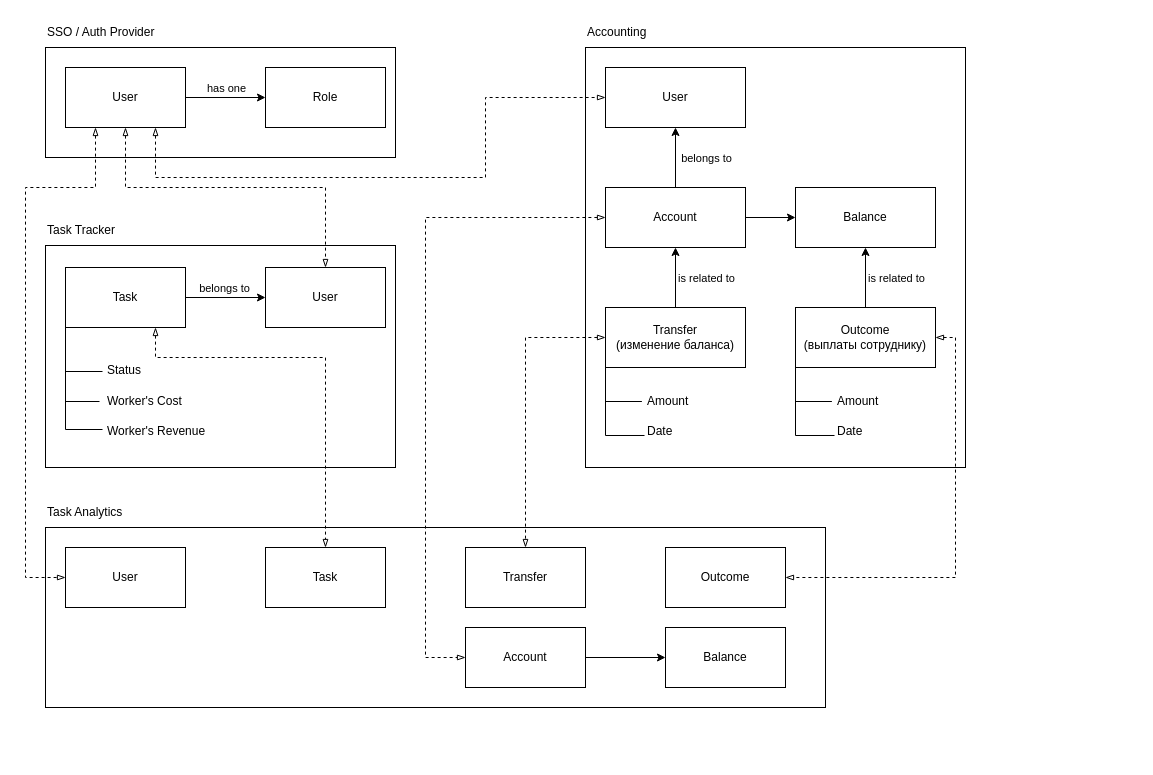
averkhoglyad/async-architecture-course keeps this draw.io diagram as docs/1 week/Data model.drawio. Above is the earlier version. Source tidied: cells renumbered, new cells numbered last; positions are measured from the earlier drawing's top-left corner, leaving out a move shared by most shapes. Both pictures are drawn from the tidied source at 100%, with x=0, y=0 at pixel (25, 17).
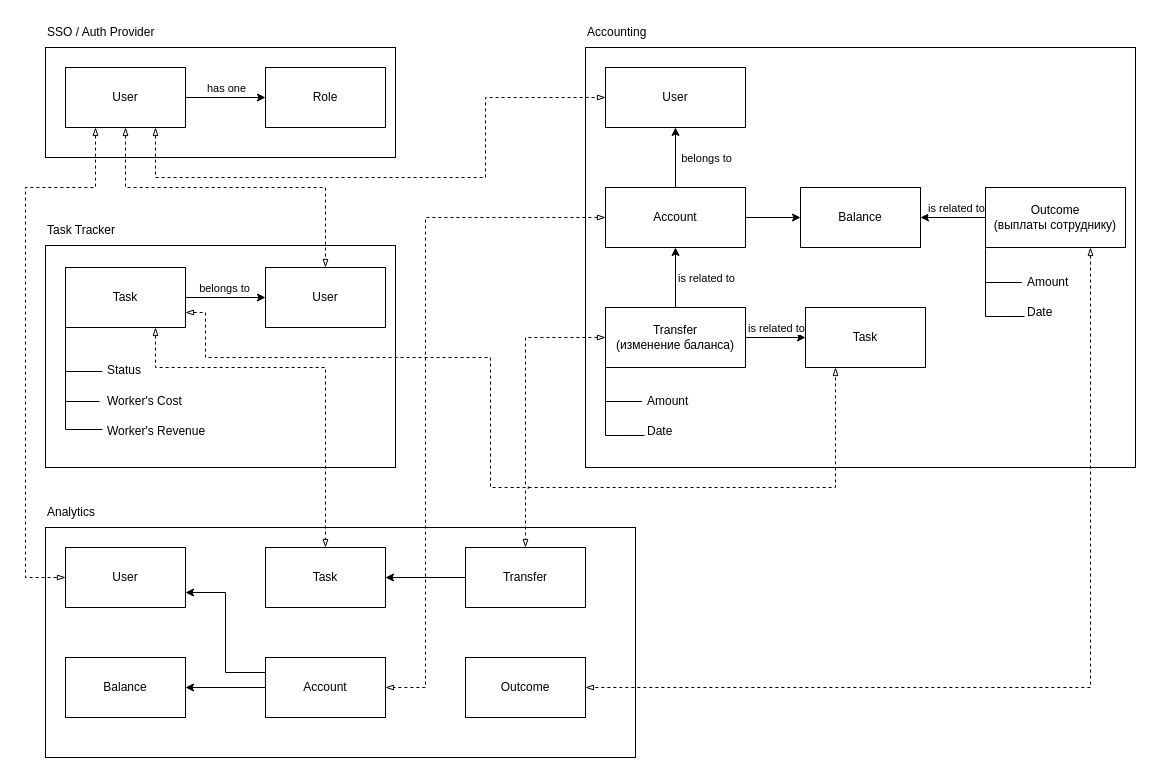
After the change.

The change refers to these unchanged cells:
```xml
<mxCell id="17" value="Task" style="rounded=0;whiteSpace=wrap;html=1;" parent="1" vertex="1">
  <mxGeometry x="40" y="250" width="120" height="60" as="geometry" />
</mxCell>
<mxCell id="28" value="Account" style="rounded=0;whiteSpace=wrap;html=1;" parent="1" vertex="1">
  <mxGeometry x="580" y="170" width="140" height="60" as="geometry" />
</mxCell>
<mxCell id="33" value="Transfer&lt;br&gt;(изменение баланса)" style="rounded=0;whiteSpace=wrap;html=1;" parent="1" vertex="1">
  <mxGeometry x="580" y="290" width="140" height="60" as="geometry" />
</mxCell>
<mxCell id="39" value="User" style="rounded=0;whiteSpace=wrap;html=1;" parent="1" vertex="1">
  <mxGeometry x="40" y="530" width="120" height="60" as="geometry" />
</mxCell>
<mxCell id="40" value="Transfer" style="rounded=0;whiteSpace=wrap;html=1;" parent="1" vertex="1">
  <mxGeometry x="440" y="530" width="120" height="60" as="geometry" />
</mxCell>
<mxCell id="41" value="Task" style="rounded=0;whiteSpace=wrap;html=1;" parent="1" vertex="1">
  <mxGeometry x="240" y="530" width="120" height="60" as="geometry" />
</mxCell>
```

Diff of the diagram source:
```diff
@@
     <mxCell id="2" style="rounded=0;whiteSpace=wrap;html=1;fillColor=none;" parent="1" vertex="1">
-      <mxGeometry x="20" y="510" width="780" height="180" as="geometry" />
+      <mxGeometry x="20" y="510" width="590" height="230" as="geometry" />
     </mxCell>
     <mxCell id="3" style="rounded=0;whiteSpace=wrap;html=1;fillColor=none;" parent="1" vertex="1">
-      <mxGeometry x="560" y="30" width="380" height="420" as="geometry" />
+      <mxGeometry x="560" y="30" width="550" height="420" as="geometry" />
     </mxCell>
@@
     <mxCell id="16" style="edgeStyle=orthogonalEdgeStyle;rounded=0;jettySize=auto;html=1;exitX=0.75;exitY=1;exitDx=0;exitDy=0;entryX=0.5;entryY=0;entryDx=0;entryDy=0;endArrow=blockThin;endFill=0;startArrow=blockThin;startFill=0;dashed=1;" parent="1" edge="1" source="17" target="41">
       <mxGeometry relative="1" as="geometry">
         <Array as="points">
-          <mxPoint x="130" y="340" />
-          <mxPoint x="300" y="340" />
+          <mxPoint x="130" y="350" />
+          <mxPoint x="300" y="350" />
         </Array>
       </mxGeometry>
     </mxCell>
+    <mxCell id="58" style="edgeStyle=orthogonalEdgeStyle;rounded=0;jettySize=auto;html=1;exitX=1;exitY=0.75;exitDx=0;exitDy=0;entryX=0.25;entryY=1;entryDx=0;entryDy=0;jumpStyle=arc;dashed=1;startArrow=blockThin;startFill=0;endArrow=blockThin;endFill=0;" parent="1" edge="1" source="17" target="62">
+      <mxGeometry relative="1" as="geometry">
+        <Array as="points">
+          <mxPoint x="180" y="295" />
+          <mxPoint x="180" y="340" />
+          <mxPoint x="465" y="340" />
+          <mxPoint x="465" y="470" />
+          <mxPoint x="810" y="470" />
+        </Array>
+      </mxGeometry>
+    </mxCell>
@@
-    <mxCell id="27" style="edgeStyle=orthogonalEdgeStyle;rounded=0;jettySize=auto;html=1;exitX=0;exitY=0.5;exitDx=0;exitDy=0;entryX=0;entryY=0.5;entryDx=0;entryDy=0;startArrow=blockThin;startFill=0;endArrow=blockThin;endFill=0;dashed=1;" parent="1" edge="1" source="28" target="47">
+    <mxCell id="27" style="edgeStyle=orthogonalEdgeStyle;rounded=0;jettySize=auto;html=1;exitX=0;exitY=0.5;exitDx=0;exitDy=0;entryX=1;entryY=0.5;entryDx=0;entryDy=0;startArrow=blockThin;startFill=0;endArrow=blockThin;endFill=0;dashed=1;" parent="1" edge="1" source="28" target="47">
       <mxGeometry relative="1" as="geometry">
         <Array as="points">
           <mxPoint x="400" y="200" />
-          <mxPoint x="400" y="640" />
+          <mxPoint x="400" y="670" />
         </Array>
       </mxGeometry>
     </mxCell>
@@
     <mxCell id="29" value="Balance" style="rounded=0;whiteSpace=wrap;html=1;" parent="1" vertex="1">
-      <mxGeometry x="770" y="170" width="140" height="60" as="geometry" />
+      <mxGeometry x="775" y="170" width="120" height="60" as="geometry" />
     </mxCell>
@@
-    <mxCell id="32" style="edgeStyle=orthogonalEdgeStyle;rounded=0;jettySize=auto;html=1;exitX=0;exitY=0.5;exitDx=0;exitDy=0;entryX=0.5;entryY=0;entryDx=0;entryDy=0;endArrow=blockThin;endFill=0;startArrow=blockThin;startFill=0;dashed=1;" parent="1" edge="1" source="33" target="40">
+    <mxCell id="32" style="edgeStyle=orthogonalEdgeStyle;rounded=0;jettySize=auto;html=1;exitX=0;exitY=0.5;exitDx=0;exitDy=0;entryX=0.5;entryY=0;entryDx=0;entryDy=0;endArrow=blockThin;endFill=0;startArrow=blockThin;startFill=0;dashed=1;jumpStyle=arc;" parent="1" edge="1" source="33" target="40">
       <mxGeometry relative="1" as="geometry" />
     </mxCell>
+    <mxCell id="59" style="edgeStyle=orthogonalEdgeStyle;rounded=0;jettySize=auto;html=1;" parent="1" edge="1" source="33" target="62">
+      <mxGeometry relative="1" as="geometry" />
+    </mxCell>
@@
+    <mxCell id="60" style="edgeStyle=orthogonalEdgeStyle;rounded=0;jettySize=auto;html=1;" parent="1" edge="1" source="40" target="41">
+      <mxGeometry relative="1" as="geometry" />
+    </mxCell>
@@
-    <mxCell id="43" style="edgeStyle=orthogonalEdgeStyle;rounded=0;jettySize=auto;html=1;exitX=1;exitY=0.5;exitDx=0;exitDy=0;entryX=1;entryY=0.5;entryDx=0;entryDy=0;startArrow=blockThin;startFill=0;endArrow=blockThin;endFill=0;dashed=1;" parent="1" edge="1" source="44" target="57">
+    <mxCell id="43" style="edgeStyle=orthogonalEdgeStyle;rounded=0;jettySize=auto;html=1;exitX=0.75;exitY=1;exitDx=0;exitDy=0;entryX=1;entryY=0.5;entryDx=0;entryDy=0;startArrow=blockThin;startFill=0;endArrow=blockThin;endFill=0;dashed=1;" parent="1" edge="1" source="44" target="57">
       <mxGeometry relative="1" as="geometry" />
     </mxCell>
     <mxCell id="44" value="Outcome&lt;br&gt;(выплаты сотруднику)" style="rounded=0;whiteSpace=wrap;html=1;" parent="1" vertex="1">
-      <mxGeometry x="770" y="290" width="140" height="60" as="geometry" />
+      <mxGeometry x="960" y="170" width="140" height="60" as="geometry" />
     </mxCell>
     <mxCell id="45" value="is related to" style="edgeLabel;html=1;align=center;verticalAlign=middle;" parent="1" vertex="1">
-      <mxGeometry x="870" y="260" as="geometry" />
+      <mxGeometry x="930" y="190" as="geometry" />
     </mxCell>
@@
+    <mxCell id="61" style="edgeStyle=orthogonalEdgeStyle;rounded=0;jettySize=auto;html=1;exitX=0;exitY=0.25;exitDx=0;exitDy=0;entryX=1;entryY=0.75;entryDx=0;entryDy=0;" parent="1" edge="1" source="47" target="39">
+      <mxGeometry relative="1" as="geometry" />
+    </mxCell>
     <mxCell id="47" value="Account" style="rounded=0;whiteSpace=wrap;html=1;" parent="1" vertex="1">
-      <mxGeometry x="440" y="610" width="120" height="60" as="geometry" />
+      <mxGeometry x="240" y="640" width="120" height="60" as="geometry" />
     </mxCell>
     <mxCell id="48" value="Balance" style="rounded=0;whiteSpace=wrap;html=1;" parent="1" vertex="1">
-      <mxGeometry x="640" y="610" width="120" height="60" as="geometry" />
+      <mxGeometry x="40" y="640" width="120" height="60" as="geometry" />
     </mxCell>
@@
-    <mxCell id="52" value="Task Analytics" style="text;html=1;align=left;verticalAlign=middle;strokeColor=none;fillColor=none;" parent="1" vertex="1">
-      <mxGeometry x="20" y="480" width="100" height="30" as="geometry" />
+    <mxCell id="52" value="Analytics" style="text;html=1;align=left;verticalAlign=middle;strokeColor=none;fillColor=none;" parent="1" vertex="1">
+      <mxGeometry x="20" y="480" width="70" height="30" as="geometry" />
     </mxCell>
     <mxCell id="53" style="edgeStyle=orthogonalEdgeStyle;rounded=0;jettySize=auto;html=1;exitX=0;exitY=1;exitDx=0;exitDy=0;entryX=-0.06;entryY=0.5;entryDx=0;entryDy=0;entryPerimeter=0;endArrow=none;endFill=0;" parent="1" edge="1" target="54">
       <mxGeometry relative="1" as="geometry">
-        <mxPoint x="770" y="350" as="sourcePoint" />
+        <mxPoint x="960" y="231" as="sourcePoint" />
         <Array as="points">
-          <mxPoint x="770" y="384" />
+          <mxPoint x="960" y="265" />
         </Array>
       </mxGeometry>
     </mxCell>
     <mxCell id="54" value="Amount" style="text;html=1;align=left;verticalAlign=middle;points=[];strokeColor=none;fillColor=none;" parent="1" vertex="1">
-      <mxGeometry x="810" y="369" width="60" height="30" as="geometry" />
+      <mxGeometry x="1000" y="250" width="60" height="30" as="geometry" />
     </mxCell>
     <mxCell id="55" value="Date" style="text;html=1;align=left;verticalAlign=middle;points=[];strokeColor=none;fillColor=none;" parent="1" vertex="1">
-      <mxGeometry x="810" y="399" width="50" height="30" as="geometry" />
+      <mxGeometry x="1000" y="280" width="50" height="30" as="geometry" />
     </mxCell>
     <mxCell id="56" style="edgeStyle=orthogonalEdgeStyle;rounded=0;jettySize=auto;html=1;exitX=0;exitY=1;exitDx=0;exitDy=0;entryX=-0.02;entryY=0.633;entryDx=0;entryDy=0;entryPerimeter=0;endArrow=none;endFill=0;" parent="1" edge="1" target="55">
       <mxGeometry relative="1" as="geometry">
-        <mxPoint x="770" y="350" as="sourcePoint" />
+        <mxPoint x="960" y="231" as="sourcePoint" />
         <Array as="points">
-          <mxPoint x="770" y="418" />
+          <mxPoint x="960" y="299" />
         </Array>
       </mxGeometry>
     </mxCell>
     <mxCell id="57" value="Outcome" style="rounded=0;whiteSpace=wrap;html=1;" parent="1" vertex="1">
-      <mxGeometry x="640" y="530" width="120" height="60" as="geometry" />
+      <mxGeometry x="440" y="640" width="120" height="60" as="geometry" />
     </mxCell>
+    <mxCell id="62" value="Task" style="rounded=0;whiteSpace=wrap;html=1;" parent="1" vertex="1">
+      <mxGeometry x="780" y="290" width="120" height="60" as="geometry" />
+    </mxCell>
+    <mxCell id="63" value="is related to" style="edgeLabel;html=1;align=center;verticalAlign=middle;" parent="1" vertex="1">
+      <mxGeometry x="750" y="310" as="geometry" />
+    </mxCell>
```
